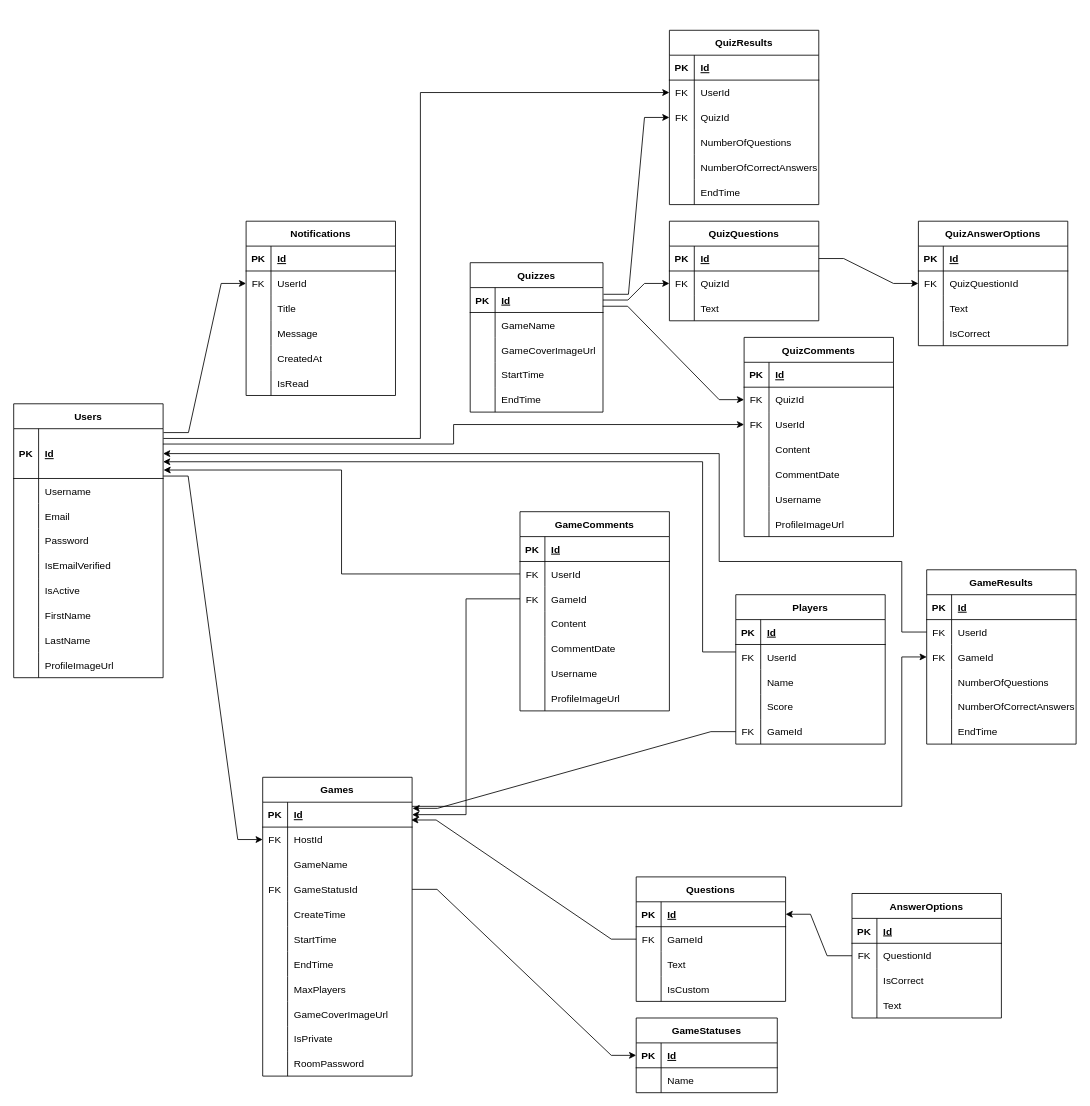
Before: Documentation/diagrams/new 2.0/Database.drawio in pome1lo/Bellini, a draw.io diagram. Source tidied: cells renumbered, new cells numbered last; positions are measured from the earlier drawing's top-left corner, leaving out a move shared by most shapes. Both pictures are drawn from the tidied source at 83%, with x=0, y=0 at pixel (13, 30).
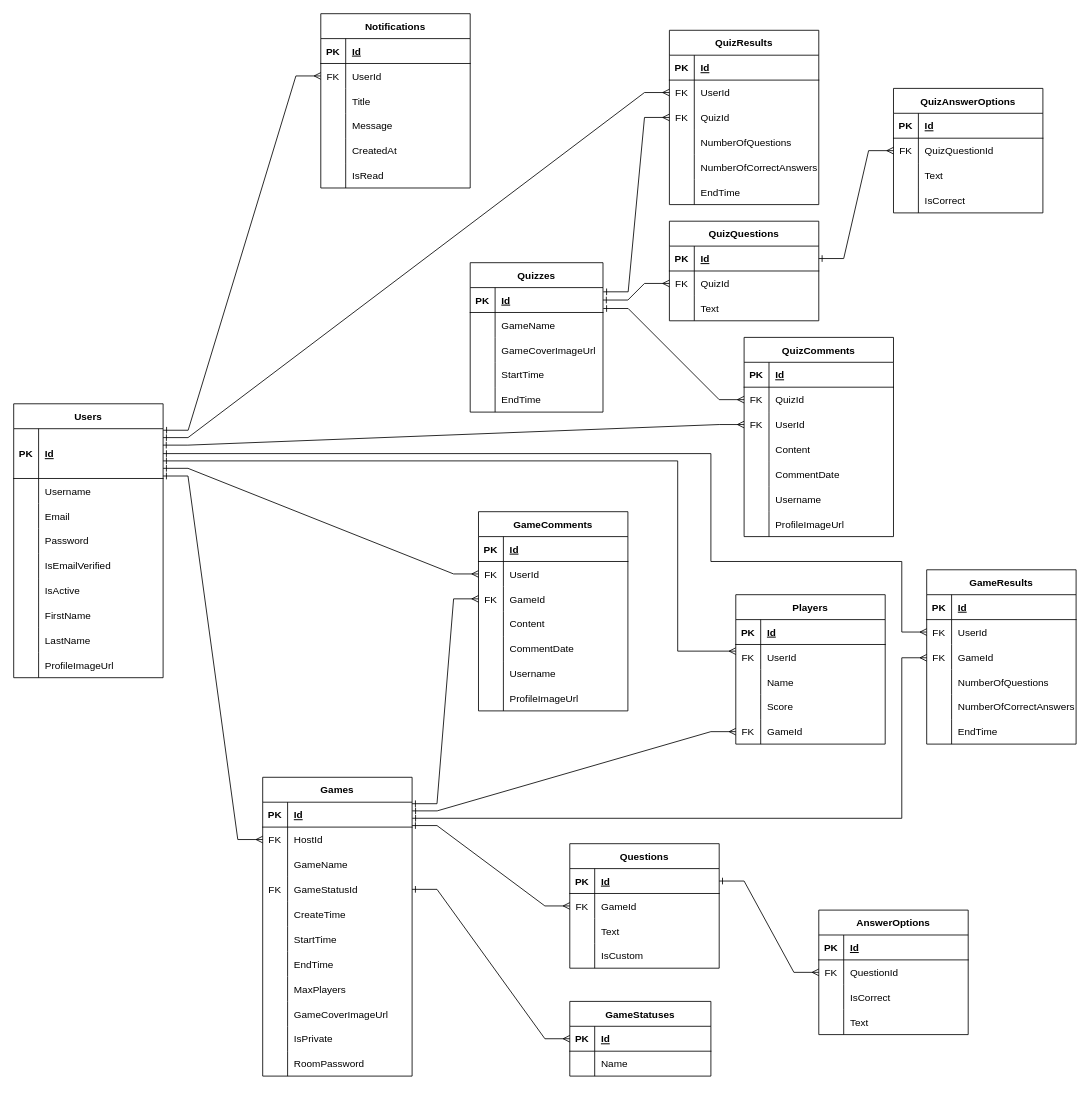
The same page after the edit.

Unchanged cells that the change refers to:
```xml
<mxCell id="3" style="shape=partialRectangle;fillColor=none;points=[[0,0.5],[1,0.5]];portConstraint=eastwest;top=0;left=0;right=0;bottom=1;" parent="2" vertex="1">
  <mxGeometry y="30" width="180" height="30" as="geometry" />
</mxCell>
<mxCell id="6" style="shape=partialRectangle;fillColor=none;points=[[0,0.5],[1,0.5]];portConstraint=eastwest;top=0;left=0;right=0;bottom=0;" parent="2" vertex="1">
  <mxGeometry y="60" width="180" height="30" as="geometry" />
</mxCell>
<mxCell id="12" style="shape=partialRectangle;fillColor=none;points=[[0,0.5],[1,0.5]];portConstraint=eastwest;top=0;left=0;right=0;bottom=0;" parent="2" vertex="1">
  <mxGeometry y="120" width="180" height="30" as="geometry" />
</mxCell>
<mxCell id="40" style="shape=partialRectangle;fillColor=none;points=[[0,0.5],[1,0.5]];portConstraint=eastwest;top=0;left=0;right=0;bottom=0;" parent="36" vertex="1">
  <mxGeometry y="60" width="180" height="30" as="geometry" />
</mxCell>
<mxCell id="53" style="shape=partialRectangle;fillColor=none;points=[[0,0.5],[1,0.5]];portConstraint=eastwest;top=0;left=0;right=0;bottom=0;" parent="49" vertex="1">
  <mxGeometry y="60" width="180" height="30" as="geometry" />
</mxCell>
<mxCell id="56" style="shape=partialRectangle;fillColor=none;points=[[0,0.5],[1,0.5]];portConstraint=eastwest;top=0;left=0;right=0;bottom=0;" parent="49" vertex="1">
  <mxGeometry y="90" width="180" height="30" as="geometry" />
</mxCell>
<mxCell id="72" style="shape=partialRectangle;fillColor=none;points=[[0,0.5],[1,0.5]];portConstraint=eastwest;top=0;left=0;right=0;bottom=1;" parent="71" vertex="1">
  <mxGeometry y="30" width="170" height="30" as="geometry" />
</mxCell>
<mxCell id="91" style="shape=partialRectangle;fillColor=none;points=[[0,0.5],[1,0.5]];portConstraint=eastwest;top=0;left=0;right=0;bottom=0;" parent="78" vertex="1">
  <mxGeometry y="150" width="180" height="30" as="geometry" />
</mxCell>
<mxCell id="95" style="shape=partialRectangle;fillColor=none;points=[[0,0.5],[1,0.5]];portConstraint=eastwest;top=0;left=0;right=0;bottom=1;" parent="94" vertex="1">
  <mxGeometry y="30" width="180" height="30" as="geometry" />
</mxCell>
<mxCell id="98" style="shape=partialRectangle;fillColor=none;points=[[0,0.5],[1,0.5]];portConstraint=eastwest;top=0;left=0;right=0;bottom=0;" parent="94" vertex="1">
  <mxGeometry y="60" width="180" height="30" as="geometry" />
</mxCell>
<mxCell id="111" style="shape=partialRectangle;fillColor=none;points=[[0,0.5],[1,0.5]];portConstraint=eastwest;top=0;left=0;right=0;bottom=0;" parent="107" vertex="1">
  <mxGeometry y="60" width="180" height="30" as="geometry" />
</mxCell>
<mxCell id="121" style="shape=partialRectangle;fillColor=none;points=[[0,0.5],[1,0.5]];portConstraint=eastwest;top=0;left=0;right=0;bottom=1;" parent="120" vertex="1">
  <mxGeometry y="30" width="180" height="30" as="geometry" />
</mxCell>
<mxCell id="124" style="shape=partialRectangle;fillColor=none;points=[[0,0.5],[1,0.5]];portConstraint=eastwest;top=0;left=0;right=0;bottom=0;" parent="120" vertex="1">
  <mxGeometry y="60" width="180" height="30" as="geometry" />
</mxCell>
<mxCell id="134" style="shape=partialRectangle;fillColor=none;points=[[0,0.5],[1,0.5]];portConstraint=eastwest;top=0;left=0;right=0;bottom=0;" parent="130" vertex="1">
  <mxGeometry y="60" width="180" height="30" as="geometry" />
</mxCell>
<mxCell id="137" style="shape=partialRectangle;fillColor=none;points=[[0,0.5],[1,0.5]];portConstraint=eastwest;top=0;left=0;right=0;bottom=0;" parent="130" vertex="1">
  <mxGeometry y="90" width="180" height="30" as="geometry" />
</mxCell>
<mxCell id="150" value="Quizzes" style="shape=table;startSize=30;childLayout=tableLayout;rowLines=0;fontStyle=1;align=center;" parent="1" vertex="1">
  <mxGeometry x="550" y="280" width="160" height="180" as="geometry" />
</mxCell>
<mxCell id="151" style="shape=partialRectangle;fillColor=none;points=[[0,0.5],[1,0.5]];portConstraint=eastwest;top=0;left=0;right=0;bottom=1;" parent="150" vertex="1">
  <mxGeometry y="30" width="160" height="30" as="geometry" />
</mxCell>
<mxCell id="167" style="shape=partialRectangle;fillColor=none;points=[[0,0.5],[1,0.5]];portConstraint=eastwest;top=0;left=0;right=0;bottom=1;" parent="166" vertex="1">
  <mxGeometry y="30" width="180" height="60" as="geometry" />
</mxCell>
<mxCell id="204" style="shape=partialRectangle;fillColor=none;points=[[0,0.5],[1,0.5]];portConstraint=eastwest;top=0;left=0;right=0;bottom=0;" parent="200" vertex="1">
  <mxGeometry y="60" width="180" height="30" as="geometry" />
</mxCell>
<mxCell id="207" style="shape=partialRectangle;fillColor=none;points=[[0,0.5],[1,0.5]];portConstraint=eastwest;top=0;left=0;right=0;bottom=0;" parent="200" vertex="1">
  <mxGeometry y="90" width="180" height="30" as="geometry" />
</mxCell>
<mxCell id="226" style="shape=partialRectangle;fillColor=none;points=[[0,0.5],[1,0.5]];portConstraint=eastwest;top=0;left=0;right=0;bottom=0;" parent="222" vertex="1">
  <mxGeometry y="60" width="180" height="30" as="geometry" />
</mxCell>
<mxCell id="245" style="shape=partialRectangle;fillColor=none;points=[[0,0.5],[1,0.5]];portConstraint=eastwest;top=0;left=0;right=0;bottom=0;" parent="241" vertex="1">
  <mxGeometry y="60" width="180" height="30" as="geometry" />
</mxCell>
<mxCell id="248" style="shape=partialRectangle;fillColor=none;points=[[0,0.5],[1,0.5]];portConstraint=eastwest;top=0;left=0;right=0;bottom=0;" parent="241" vertex="1">
  <mxGeometry y="90" width="180" height="30" as="geometry" />
</mxCell>
```

The edit, as a diff of the source:
```diff
@@
     <mxCell id="36" value="AnswerOptions" style="shape=table;startSize=30;childLayout=tableLayout;rowLines=0;fontStyle=1;align=center;" parent="1" vertex="1">
-      <mxGeometry x="1010" y="1040" width="180" height="150" as="geometry" />
+      <mxGeometry x="970" y="1060" width="180" height="150" as="geometry" />
     </mxCell>
@@
     <mxCell id="49" value="GameComments" style="shape=table;startSize=30;childLayout=tableLayout;rowLines=0;fontStyle=1;align=center;" parent="1" vertex="1">
-      <mxGeometry x="610" y="580" width="180" height="240" as="geometry" />
+      <mxGeometry x="560" y="580" width="180" height="240" as="geometry" />
     </mxCell>
@@
     <mxCell id="71" value="GameStatuses" style="shape=table;startSize=30;childLayout=tableLayout;rowLines=0;fontStyle=1;align=center;" parent="1" vertex="1">
-      <mxGeometry x="750" y="1190" width="170" height="90" as="geometry" />
+      <mxGeometry x="670" y="1170" width="170" height="90" as="geometry" />
     </mxCell>
@@
     <mxCell id="94" value="Questions" style="shape=table;startSize=30;childLayout=tableLayout;rowLines=0;fontStyle=1;align=center;" parent="1" vertex="1">
-      <mxGeometry x="750" y="1020" width="180" height="150" as="geometry" />
+      <mxGeometry x="670" y="980" width="180" height="150" as="geometry" />
     </mxCell>
@@
     <mxCell id="107" value="QuizAnswerOptions" style="shape=table;startSize=30;childLayout=tableLayout;rowLines=0;fontStyle=1;align=center;" parent="1" vertex="1">
-      <mxGeometry x="1090" y="230" width="180" height="150" as="geometry" />
+      <mxGeometry x="1060" y="70" width="180" height="150" as="geometry" />
     </mxCell>
@@
-    <mxCell id="149" style="edgeStyle=entityRelationEdgeStyle;rounded=0;jettySize=auto;html=1;exitX=1;exitY=0.25;exitDx=0;exitDy=0;entryX=0;entryY=0.5;entryDx=0;entryDy=0;" parent="1" edge="1" source="150" target="124">
+    <mxCell id="149" style="edgeStyle=entityRelationEdgeStyle;rounded=0;jettySize=auto;html=1;exitX=1;exitY=0.5;exitDx=0;exitDy=0;entryX=0;entryY=0.5;entryDx=0;entryDy=0;startArrow=ERone;startFill=0;endArrow=ERmany;endFill=0;" parent="1" edge="1" source="151" target="124">
       <mxGeometry relative="1" as="geometry" />
     </mxCell>
@@
     <mxCell id="222" value="Notifications" style="shape=table;startSize=30;childLayout=tableLayout;rowLines=0;fontStyle=1;align=center;" parent="1" vertex="1">
-      <mxGeometry x="280" y="230" width="180" height="210" as="geometry" />
+      <mxGeometry x="370" y="-20" width="180" height="210" as="geometry" />
     </mxCell>
@@
-    <mxCell id="260" style="rounded=0;jettySize=auto;html=1;exitX=1.004;exitY=0.269;exitDx=0;exitDy=0;entryX=0;entryY=0.5;entryDx=0;entryDy=0;edgeStyle=entityRelationEdgeStyle;exitPerimeter=0;" parent="1" edge="1" source="151" target="137">
+    <mxCell id="260" style="rounded=0;jettySize=auto;html=1;exitX=1.002;exitY=0.17;exitDx=0;exitDy=0;entryX=0;entryY=0.5;entryDx=0;entryDy=0;edgeStyle=entityRelationEdgeStyle;exitPerimeter=0;startArrow=ERone;startFill=0;endArrow=ERmany;endFill=0;" parent="1" edge="1" source="151" target="137">
       <mxGeometry relative="1" as="geometry">
         <Array as="points">
           <mxPoint x="940" y="510" />
         </Array>
       </mxGeometry>
     </mxCell>
-    <mxCell id="261" style="edgeStyle=entityRelationEdgeStyle;rounded=0;jettySize=auto;html=1;" parent="1" edge="1" source="12" target="72">
+    <mxCell id="261" style="edgeStyle=entityRelationEdgeStyle;rounded=0;jettySize=auto;html=1;startArrow=ERone;startFill=0;endArrow=ERmany;endFill=0;" parent="1" edge="1" source="12" target="72">
       <mxGeometry relative="1" as="geometry" />
     </mxCell>
-    <mxCell id="262" style="edgeStyle=entityRelationEdgeStyle;rounded=0;jettySize=auto;html=1;" parent="1" edge="1" source="121" target="111">
+    <mxCell id="262" style="edgeStyle=entityRelationEdgeStyle;rounded=0;jettySize=auto;html=1;startArrow=ERone;startFill=0;endArrow=ERmany;endFill=0;" parent="1" edge="1" source="121" target="111">
       <mxGeometry relative="1" as="geometry" />
     </mxCell>
-    <mxCell id="263" style="edgeStyle=entityRelationEdgeStyle;rounded=0;jettySize=auto;html=1;exitX=0.998;exitY=0.749;exitDx=0;exitDy=0;exitPerimeter=0;" parent="1" edge="1" source="151" target="204">
+    <mxCell id="263" style="edgeStyle=entityRelationEdgeStyle;rounded=0;jettySize=auto;html=1;exitX=1.002;exitY=0.84;exitDx=0;exitDy=0;exitPerimeter=0;startArrow=ERone;startFill=0;endArrow=ERmany;endFill=0;" parent="1" edge="1" source="151" target="204">
       <mxGeometry relative="1" as="geometry" />
     </mxCell>
-    <mxCell id="264" style="edgeStyle=elbowEdgeStyle;rounded=0;jettySize=auto;html=1;exitX=0.999;exitY=0.308;exitDx=0;exitDy=0;entryX=0;entryY=0.5;entryDx=0;entryDy=0;exitPerimeter=0;" parent="1" edge="1" source="167" target="207">
+    <mxCell id="264" style="edgeStyle=entityRelationEdgeStyle;rounded=0;jettySize=auto;html=1;exitX=0.999;exitY=0.33;exitDx=0;exitDy=0;entryX=0;entryY=0.5;entryDx=0;entryDy=0;exitPerimeter=0;endArrow=ERmany;endFill=0;startArrow=ERone;startFill=0;" parent="1" edge="1" source="167" target="207">
       <mxGeometry relative="1" as="geometry" />
     </mxCell>
-    <mxCell id="265" style="edgeStyle=elbowEdgeStyle;rounded=0;jettySize=auto;html=1;exitX=1.002;exitY=0.196;exitDx=0;exitDy=0;exitPerimeter=0;" parent="1" edge="1" source="167" target="134">
-      <mxGeometry relative="1" as="geometry">
-        <Array as="points">
-          <mxPoint x="490" y="280" />
-        </Array>
-      </mxGeometry>
+    <mxCell id="265" style="edgeStyle=entityRelationEdgeStyle;rounded=0;jettySize=auto;html=1;exitX=1;exitY=0.179;exitDx=0;exitDy=0;exitPerimeter=0;endArrow=ERmany;endFill=0;startArrow=ERone;startFill=0;" parent="1" edge="1" source="167" target="134">
+      <mxGeometry relative="1" as="geometry" />
     </mxCell>
-    <mxCell id="266" style="edgeStyle=entityRelationEdgeStyle;rounded=0;jettySize=auto;html=1;" parent="1" edge="1" source="40" target="95">
+    <mxCell id="266" style="edgeStyle=entityRelationEdgeStyle;rounded=0;jettySize=auto;html=1;endArrow=ERone;endFill=0;startArrow=ERmany;startFill=0;" parent="1" edge="1" source="40" target="95">
       <mxGeometry relative="1" as="geometry" />
     </mxCell>
-    <mxCell id="267" style="edgeStyle=entityRelationEdgeStyle;rounded=0;jettySize=auto;html=1;entryX=0.994;entryY=0.715;entryDx=0;entryDy=0;entryPerimeter=0;" parent="1" edge="1" source="98" target="3">
+    <mxCell id="267" style="edgeStyle=entityRelationEdgeStyle;rounded=0;jettySize=auto;html=1;entryX=1;entryY=-0.061;entryDx=0;entryDy=0;entryPerimeter=0;endArrow=ERone;endFill=0;startArrow=ERmany;startFill=0;" parent="1" edge="1" source="98" target="6">
       <mxGeometry relative="1" as="geometry" />
     </mxCell>
-    <mxCell id="268" style="edgeStyle=entityRelationEdgeStyle;rounded=0;jettySize=auto;html=1;exitX=1.003;exitY=0.078;exitDx=0;exitDy=0;entryX=0;entryY=0.5;entryDx=0;entryDy=0;exitPerimeter=0;" parent="1" edge="1" source="167" target="226">
+    <mxCell id="268" style="edgeStyle=entityRelationEdgeStyle;rounded=0;jettySize=auto;html=1;exitX=1.001;exitY=0.031;exitDx=0;exitDy=0;entryX=0;entryY=0.5;entryDx=0;entryDy=0;exitPerimeter=0;endArrow=ERmany;endFill=0;startArrow=ERone;startFill=0;" parent="1" edge="1" source="167" target="226">
       <mxGeometry relative="1" as="geometry" />
     </mxCell>
-    <mxCell id="269" style="edgeStyle=entityRelationEdgeStyle;rounded=0;jettySize=auto;html=1;entryX=0;entryY=0.5;entryDx=0;entryDy=0;exitX=1.001;exitY=0.951;exitDx=0;exitDy=0;exitPerimeter=0;" parent="1" edge="1" source="167" target="6">
+    <mxCell id="269" style="edgeStyle=entityRelationEdgeStyle;rounded=0;jettySize=auto;html=1;entryX=0;entryY=0.5;entryDx=0;entryDy=0;startArrow=ERone;startFill=0;endArrow=ERmany;endFill=0;" parent="1" edge="1" target="6">
       <mxGeometry relative="1" as="geometry">
+        <mxPoint x="180" y="537" as="sourcePoint" />
         <Array as="points">
           <mxPoint x="580" y="770" />
           <mxPoint x="660" y="870" />
           <mxPoint x="640" y="670" />
         </Array>
       </mxGeometry>
     </mxCell>
-    <mxCell id="270" style="edgeStyle=orthogonalEdgeStyle;rounded=0;jettySize=auto;html=1;" parent="1" edge="1" source="245">
+    <mxCell id="270" style="edgeStyle=orthogonalEdgeStyle;rounded=0;jettySize=auto;html=1;endArrow=ERone;endFill=0;startArrow=ERmany;startFill=0;entryX=1;entryY=0.5;entryDx=0;entryDy=0;" parent="1" edge="1" source="245" target="167">
       <mxGeometry relative="1" as="geometry">
-        <mxPoint x="180" y="510" as="targetPoint" />
         <Array as="points">
           <mxPoint x="1070" y="725" />
           <mxPoint x="1070" y="640" />
-          <mxPoint x="850" y="640" />
-          <mxPoint x="850" y="510" />
+          <mxPoint x="840" y="640" />
+          <mxPoint x="840" y="510" />
         </Array>
       </mxGeometry>
     </mxCell>
-    <mxCell id="271" style="edgeStyle=entityRelationEdgeStyle;rounded=0;jettySize=auto;html=1;exitX=0;exitY=0.5;exitDx=0;exitDy=0;entryX=1.003;entryY=0.247;entryDx=0;entryDy=0;entryPerimeter=0;" parent="1" edge="1" source="91" target="3">
+    <mxCell id="271" style="edgeStyle=entityRelationEdgeStyle;rounded=0;jettySize=auto;html=1;exitX=0;exitY=0.5;exitDx=0;exitDy=0;entryX=1.001;entryY=0.349;entryDx=0;entryDy=0;entryPerimeter=0;endArrow=ERone;endFill=0;startArrow=ERmany;startFill=0;" parent="1" edge="1" source="91" target="3">
       <mxGeometry relative="1" as="geometry" />
     </mxCell>
-    <mxCell id="272" style="edgeStyle=orthogonalEdgeStyle;rounded=0;jettySize=auto;html=1;entryX=1;entryY=0.664;entryDx=0;entryDy=0;entryPerimeter=0;" parent="1" edge="1" target="167">
+    <mxCell id="272" style="edgeStyle=orthogonalEdgeStyle;rounded=0;orthogonalLoop=1;jettySize=auto;html=1;entryX=1;entryY=0.664;entryDx=0;entryDy=0;entryPerimeter=0;endArrow=ERone;endFill=0;startArrow=ERmany;startFill=0;" parent="1" edge="1">
       <mxGeometry relative="1" as="geometry">
-        <mxPoint x="870" y="749" as="sourcePoint" />
+        <mxPoint x="870" y="748" as="sourcePoint" />
+        <mxPoint x="180" y="518.8" as="targetPoint" />
         <Array as="points">
-          <mxPoint x="830" y="749" />
-          <mxPoint x="830" y="520" />
-          <mxPoint x="181" y="520" />
+          <mxPoint x="800" y="748" />
+          <mxPoint x="800" y="519" />
         </Array>
       </mxGeometry>
     </mxCell>
-    <mxCell id="273" style="rounded=0;jettySize=auto;html=1;edgeStyle=orthogonalEdgeStyle;" parent="1" edge="1" source="3" target="248">
+    <mxCell id="273" style="rounded=0;jettySize=auto;html=1;edgeStyle=orthogonalEdgeStyle;exitX=1.001;exitY=0.646;exitDx=0;exitDy=0;exitPerimeter=0;endArrow=ERmany;endFill=0;startArrow=ERone;startFill=0;" parent="1" edge="1" source="3">
       <mxGeometry relative="1" as="geometry">
+        <mxPoint x="1100" y="756" as="targetPoint" />
         <Array as="points">
-          <mxPoint x="1070" y="935" />
-          <mxPoint x="1070" y="755" />
+          <mxPoint x="1070" y="949" />
+          <mxPoint x="1070" y="756" />
         </Array>
       </mxGeometry>
     </mxCell>
-    <mxCell id="274" style="edgeStyle=orthogonalEdgeStyle;rounded=0;jettySize=auto;html=1;entryX=1;entryY=0.5;entryDx=0;entryDy=0;" parent="1" edge="1" source="56" target="3">
+    <mxCell id="274" style="edgeStyle=entityRelationEdgeStyle;rounded=0;jettySize=auto;html=1;entryX=1;entryY=0.061;entryDx=0;entryDy=0;entryPerimeter=0;endArrow=ERone;endFill=0;startArrow=ERmany;startFill=0;" parent="1" edge="1" source="56" target="3">
       <mxGeometry relative="1" as="geometry" />
     </mxCell>
-    <mxCell id="275" style="edgeStyle=orthogonalEdgeStyle;rounded=0;jettySize=auto;html=1;entryX=1.003;entryY=0.83;entryDx=0;entryDy=0;entryPerimeter=0;" parent="1" edge="1" source="53" target="167">
+    <mxCell id="275" style="edgeStyle=entityRelationEdgeStyle;rounded=0;jettySize=auto;html=1;entryX=1;entryY=0.796;entryDx=0;entryDy=0;entryPerimeter=0;endArrow=ERone;endFill=0;startArrow=ERmany;startFill=0;" parent="1" edge="1" source="53" target="167">
       <mxGeometry relative="1" as="geometry" />
     </mxCell>
```
